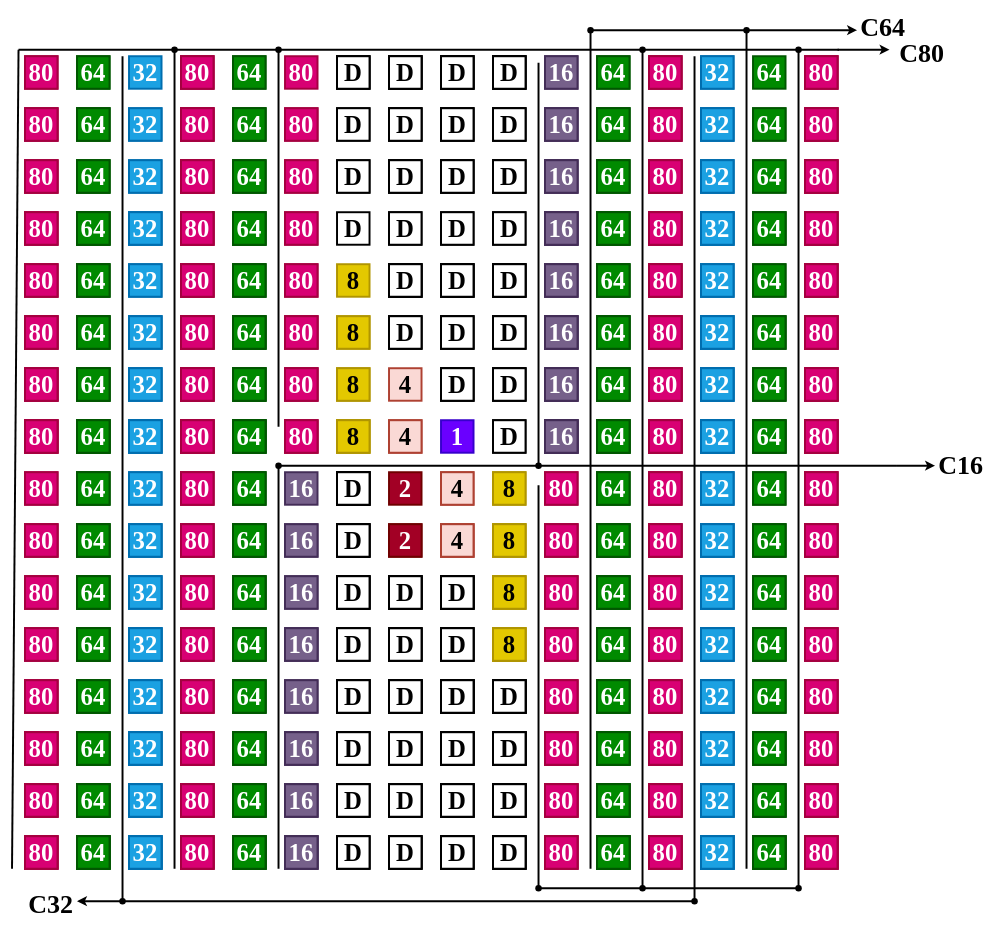
w1213ph/draw.io keeps this draw.io diagram as cdac_lay.drawio. Above is the earlier version. Source tidied: cells renumbered, new cells numbered last; positions are measured from the earlier drawing's top-left corner, leaving out a move shared by most shapes. Both pictures are drawn from the tidied source at 65%, with x=0, y=0 at pixel (12, 17).
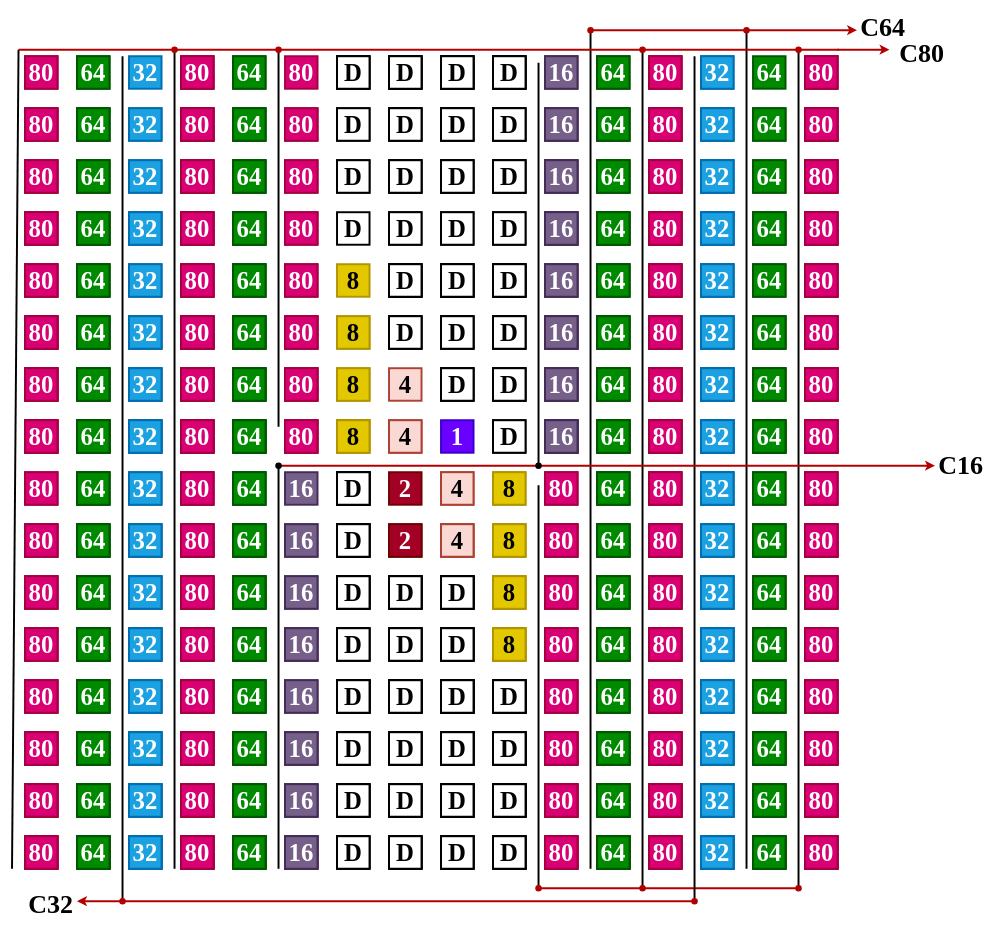
After the change.

Unchanged cells that the change refers to:
```xml
<mxCell id="960" style="shape=waypoint;sketch=0;fillStyle=solid;size=6;points=[];fillColor=none;perimeter=centerPerimeter;snapToPoint=1;strokeWidth=3;" parent="1" vertex="1">
  <mxGeometry x="800" y="680" width="20" height="20" as="geometry" />
</mxCell>
<mxCell id="961" style="shape=waypoint;sketch=0;fillStyle=solid;size=6;points=[];fillColor=none;perimeter=centerPerimeter;snapToPoint=1;strokeWidth=3;" parent="1" vertex="1">
  <mxGeometry x="400" y="680" width="20" height="20" as="geometry" />
</mxCell>
```

Change to the diagram source:
```diff
@@
-    <mxCell id="927" style="endArrow=none;html=1;rounded=0;strokeWidth=3;" parent="1" edge="1" source="941">
+    <mxCell id="927" style="endArrow=none;html=1;rounded=0;strokeWidth=3;fillColor=#e51400;strokeColor=#B20000;" parent="1" edge="1" source="941">
       <mxGeometry relative="1" as="geometry">
         <mxPoint x="1272.2" y="50" as="targetPoint" />
       </mxGeometry>
     </mxCell>
-    <mxCell id="928" style="endArrow=none;html=1;rounded=0;strokeWidth=3;" parent="1" edge="1" source="932" target="934">
+    <mxCell id="928" style="endArrow=none;html=1;rounded=0;strokeWidth=3;fillColor=#e51400;strokeColor=#B20000;" parent="1" edge="1" source="932" target="934">
       <mxGeometry relative="1" as="geometry" />
     </mxCell>
@@
-    <mxCell id="931" style="endArrow=none;html=1;rounded=0;strokeWidth=3;" parent="1" edge="1" target="932">
+    <mxCell id="931" style="endArrow=none;html=1;rounded=0;strokeWidth=3;fillColor=#e51400;strokeColor=#B20000;" parent="1" edge="1" target="932">
       <mxGeometry relative="1" as="geometry">
         <mxPoint x="810" y="1340" as="sourcePoint" />
       </mxGeometry>
     </mxCell>
-    <mxCell id="932" style="shape=waypoint;sketch=0;fillStyle=solid;size=6;points=[];fillColor=none;perimeter=centerPerimeter;snapToPoint=1;strokeWidth=3;" parent="1" vertex="1">
+    <mxCell id="932" style="shape=waypoint;sketch=0;fillStyle=solid;size=6;points=[];fillColor=#e51400;perimeter=centerPerimeter;snapToPoint=1;strokeWidth=3;fontColor=#ffffff;strokeColor=#B20000;" parent="1" vertex="1">
       <mxGeometry x="960" y="1330" width="20" height="20" as="geometry" />
     </mxCell>
-    <mxCell id="933" style="shape=waypoint;sketch=0;fillStyle=solid;size=6;fillColor=none;perimeter=centerPerimeter;strokeWidth=3;" parent="1" vertex="1">
+    <mxCell id="933" style="shape=waypoint;sketch=0;fillStyle=solid;size=6;fillColor=#e51400;perimeter=centerPerimeter;strokeWidth=3;fontColor=#ffffff;strokeColor=#B20000;" parent="1" vertex="1">
       <mxGeometry x="800" y="1330" width="20" height="20" as="geometry" />
     </mxCell>
-    <mxCell id="934" style="shape=waypoint;sketch=0;fillStyle=solid;size=6;points=[];fillColor=none;perimeter=centerPerimeter;snapToPoint=1;strokeWidth=3;" parent="1" vertex="1">
+    <mxCell id="934" style="shape=waypoint;sketch=0;fillStyle=solid;size=6;points=[];fillColor=#e51400;perimeter=centerPerimeter;snapToPoint=1;strokeWidth=3;fontColor=#ffffff;strokeColor=#B20000;" parent="1" vertex="1">
       <mxGeometry x="1200" y="1330" width="20" height="20" as="geometry" />
     </mxCell>
-    <mxCell id="935" style="shape=waypoint;sketch=0;fillStyle=solid;size=6;points=[];fillColor=none;perimeter=centerPerimeter;snapToPoint=1;strokeWidth=3;" parent="1" vertex="1">
+    <mxCell id="935" style="shape=waypoint;sketch=0;fillStyle=solid;size=6;points=[];fillColor=#e51400;perimeter=centerPerimeter;snapToPoint=1;strokeWidth=3;fontColor=#ffffff;strokeColor=#B20000;" parent="1" vertex="1">
       <mxGeometry x="1120" y="10" width="20" height="20" as="geometry" />
     </mxCell>
-    <mxCell id="936" style="endArrow=none;html=1;rounded=0;strokeWidth=3;" parent="1" edge="1" target="935">
+    <mxCell id="936" style="endArrow=none;html=1;rounded=0;strokeWidth=3;fillColor=#e51400;strokeColor=#B20000;" parent="1" edge="1" target="935">
       <mxGeometry relative="1" as="geometry">
         <mxPoint x="890" y="20" as="sourcePoint" />
       </mxGeometry>
     </mxCell>
-    <mxCell id="937" style="shape=waypoint;sketch=0;fillStyle=solid;size=6;fillColor=none;perimeter=centerPerimeter;strokeWidth=3;" parent="1" vertex="1">
+    <mxCell id="937" style="shape=waypoint;sketch=0;fillStyle=solid;size=6;fillColor=#e51400;perimeter=centerPerimeter;strokeWidth=3;fontColor=#ffffff;strokeColor=#B20000;" parent="1" vertex="1">
       <mxGeometry x="880" y="10" width="20" height="20" as="geometry" />
     </mxCell>
-    <mxCell id="938" style="endArrow=none;html=1;rounded=0;strokeWidth=3;" parent="1" edge="1" source="948" target="939">
+    <mxCell id="938" style="endArrow=none;html=1;rounded=0;strokeWidth=3;fillColor=#e51400;strokeColor=#B20000;" parent="1" edge="1" source="948" target="939">
       <mxGeometry relative="1" as="geometry" />
     </mxCell>
-    <mxCell id="939" style="shape=waypoint;sketch=0;fillStyle=solid;size=6;points=[];fillColor=none;perimeter=centerPerimeter;snapToPoint=1;strokeWidth=3;" parent="1" vertex="1">
+    <mxCell id="939" style="shape=waypoint;sketch=0;fillStyle=solid;size=6;points=[];fillColor=#e51400;perimeter=centerPerimeter;snapToPoint=1;strokeWidth=3;fontColor=#ffffff;strokeColor=#B20000;" parent="1" vertex="1">
       <mxGeometry x="960" y="40" width="20" height="20" as="geometry" />
     </mxCell>
-    <mxCell id="940" style="endArrow=none;html=1;rounded=0;strokeWidth=3;" parent="1" edge="1" source="939" target="941">
+    <mxCell id="940" style="endArrow=none;html=1;rounded=0;strokeWidth=3;fillColor=#e51400;strokeColor=#B20000;" parent="1" edge="1" source="939" target="941">
       <mxGeometry relative="1" as="geometry" />
     </mxCell>
-    <mxCell id="941" style="shape=waypoint;sketch=0;fillStyle=solid;size=6;points=[];fillColor=none;perimeter=centerPerimeter;snapToPoint=1;strokeWidth=3;" parent="1" vertex="1">
+    <mxCell id="941" style="shape=waypoint;sketch=0;fillStyle=solid;size=6;points=[];fillColor=#e51400;perimeter=centerPerimeter;snapToPoint=1;strokeWidth=3;fontColor=#ffffff;strokeColor=#B20000;" parent="1" vertex="1">
       <mxGeometry x="1200" y="40" width="20" height="20" as="geometry" />
     </mxCell>
@@
-    <mxCell id="943" style="endArrow=classic;html=1;rounded=0;strokeWidth=3;" parent="1" edge="1">
+    <mxCell id="943" style="endArrow=classic;html=1;rounded=0;strokeWidth=3;fillColor=#e51400;strokeColor=#B20000;" parent="1" edge="1">
       <mxGeometry relative="1" as="geometry">
         <mxPoint x="1270" y="50" as="sourcePoint" />
         <mxPoint x="1350" y="50" as="targetPoint" />
       </mxGeometry>
     </mxCell>
-    <mxCell id="944" style="endArrow=classic;html=1;rounded=0;strokeWidth=3;" parent="1" edge="1">
+    <mxCell id="944" style="endArrow=classic;html=1;rounded=0;strokeWidth=3;fillColor=#e51400;strokeColor=#B20000;" parent="1" edge="1">
       <mxGeometry relative="1" as="geometry">
         <mxPoint x="1130" y="20" as="sourcePoint" />
         <mxPoint x="1300" y="20" as="targetPoint" />
       </mxGeometry>
     </mxCell>
@@
-    <mxCell id="947" style="endArrow=none;html=1;rounded=0;strokeWidth=3;" parent="1" edge="1" target="948">
+    <mxCell id="947" style="endArrow=none;html=1;rounded=0;strokeWidth=3;fillColor=#e51400;strokeColor=#B20000;" parent="1" edge="1" target="948">
       <mxGeometry relative="1" as="geometry">
         <mxPoint x="10" y="50" as="sourcePoint" />
       </mxGeometry>
     </mxCell>
-    <mxCell id="948" style="shape=waypoint;sketch=0;fillStyle=solid;size=6;points=[];fillColor=none;perimeter=centerPerimeter;snapToPoint=1;strokeWidth=3;" parent="1" vertex="1">
+    <mxCell id="948" style="shape=waypoint;sketch=0;fillStyle=solid;size=6;points=[];fillColor=#e51400;perimeter=centerPerimeter;snapToPoint=1;strokeWidth=3;fontColor=#ffffff;strokeColor=#B20000;" parent="1" vertex="1">
       <mxGeometry x="240" y="40" width="20" height="20" as="geometry" />
     </mxCell>
-    <mxCell id="949" style="shape=waypoint;sketch=0;fillStyle=solid;size=6;points=[];fillColor=none;perimeter=centerPerimeter;snapToPoint=1;strokeWidth=3;" parent="1" vertex="1">
+    <mxCell id="949" style="shape=waypoint;sketch=0;fillStyle=solid;size=6;points=[];fillColor=#e51400;perimeter=centerPerimeter;snapToPoint=1;strokeWidth=3;fontColor=#ffffff;strokeColor=#B20000;" parent="1" vertex="1">
       <mxGeometry x="400" y="40" width="20" height="20" as="geometry" />
     </mxCell>
@@
-    <mxCell id="951" style="endArrow=none;html=1;rounded=0;strokeWidth=3;" parent="1" edge="1" source="952" target="953">
+    <mxCell id="951" style="endArrow=none;html=1;rounded=0;strokeWidth=3;fillColor=#e51400;strokeColor=#B20000;" parent="1" edge="1" source="952" target="953">
       <mxGeometry relative="1" as="geometry" />
     </mxCell>
-    <mxCell id="952" style="shape=waypoint;sketch=0;fillStyle=solid;size=6;points=[];fillColor=none;perimeter=centerPerimeter;snapToPoint=1;strokeWidth=3;" parent="1" vertex="1">
+    <mxCell id="952" style="shape=waypoint;sketch=0;fillStyle=solid;size=6;points=[];fillColor=#e51400;perimeter=centerPerimeter;snapToPoint=1;strokeWidth=3;fontColor=#ffffff;strokeColor=#B20000;" parent="1" vertex="1">
       <mxGeometry x="160" y="1350" width="20" height="20" as="geometry" />
     </mxCell>
-    <mxCell id="953" style="shape=waypoint;sketch=0;fillStyle=solid;size=6;points=[];fillColor=none;perimeter=centerPerimeter;snapToPoint=1;strokeWidth=3;" parent="1" vertex="1">
+    <mxCell id="953" style="shape=waypoint;sketch=0;fillStyle=solid;size=6;points=[];fillColor=#e51400;perimeter=centerPerimeter;snapToPoint=1;strokeWidth=3;fontColor=#ffffff;strokeColor=#B20000;" parent="1" vertex="1">
       <mxGeometry x="1040" y="1350" width="20" height="20" as="geometry" />
     </mxCell>
-    <mxCell id="954" style="endArrow=classic;html=1;rounded=0;strokeWidth=3;" parent="1" edge="1">
+    <mxCell id="954" style="endArrow=classic;html=1;rounded=0;strokeWidth=3;fillColor=#e51400;strokeColor=#B20000;" parent="1" edge="1">
       <mxGeometry relative="1" as="geometry">
         <mxPoint x="170" y="1360" as="sourcePoint" />
         <mxPoint x="100" y="1360" as="targetPoint" />
       </mxGeometry>
     </mxCell>
@@
-    <mxCell id="958" style="endArrow=none;html=1;rounded=0;strokeWidth=3;" parent="1" edge="1" source="960">
+    <mxCell id="958" style="endArrow=none;html=1;rounded=0;strokeWidth=3;fillColor=#e51400;strokeColor=#B20000;" parent="1" edge="1" source="960">
       <mxGeometry relative="1" as="geometry">
         <mxPoint x="1360" y="690" as="targetPoint" />
       </mxGeometry>
     </mxCell>
-    <mxCell id="959" style="endArrow=none;html=1;rounded=0;strokeWidth=3;" parent="1" edge="1" source="961" target="960">
+    <mxCell id="959" style="endArrow=none;html=1;rounded=0;strokeWidth=3;fillColor=#e51400;strokeColor=#B20000;" parent="1" edge="1" source="961" target="960">
       <mxGeometry relative="1" as="geometry" />
     </mxCell>
@@
-    <mxCell id="962" style="endArrow=classic;html=1;rounded=0;strokeWidth=3;" parent="1" edge="1">
+    <mxCell id="962" style="endArrow=classic;html=1;rounded=0;strokeWidth=3;fillColor=#e51400;strokeColor=#B20000;" parent="1" edge="1">
       <mxGeometry relative="1" as="geometry">
         <mxPoint x="1360" y="690" as="sourcePoint" />
         <mxPoint x="1420" y="690" as="targetPoint" />
       </mxGeometry>
     </mxCell>
```
